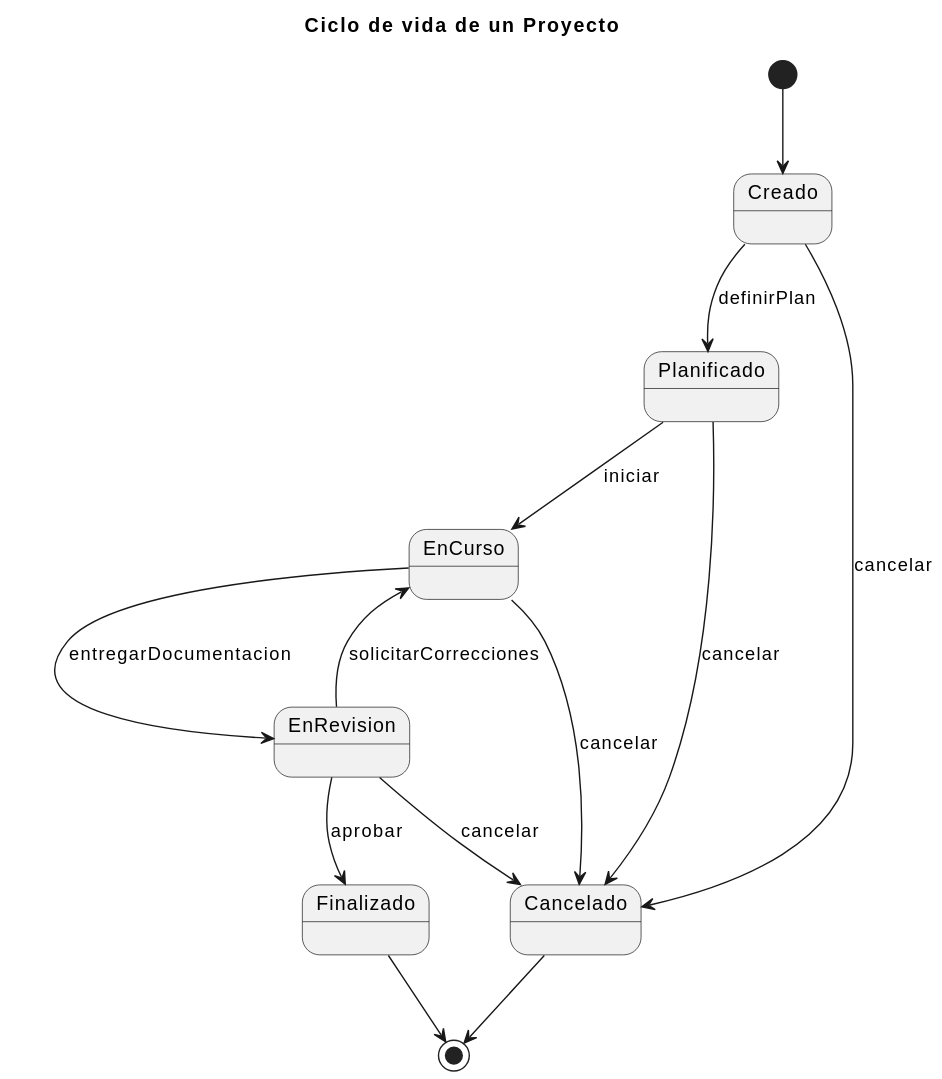
Earlier version of the PlantUML export documentación/ModeloDelDominio/Imagenes/Estados/EstadoProyecto.svg (31Diego/25-26-IdSw1-SdR). Source of this version:
```plantuml
@startuml
title Ciclo de vida de un Proyecto

[*] --> Creado

Creado --> Planificado : definirPlan
Planificado --> EnCurso : iniciar
EnCurso --> EnRevision : entregarDocumentacion
EnRevision --> EnCurso : solicitarCorrecciones
EnRevision --> Finalizado : aprobar
Creado --> Cancelado : cancelar
Planificado --> Cancelado : cancelar
EnCurso --> Cancelado : cancelar
EnRevision --> Cancelado : cancelar

Finalizado --> [*]
Cancelado --> [*]
@enduml
```
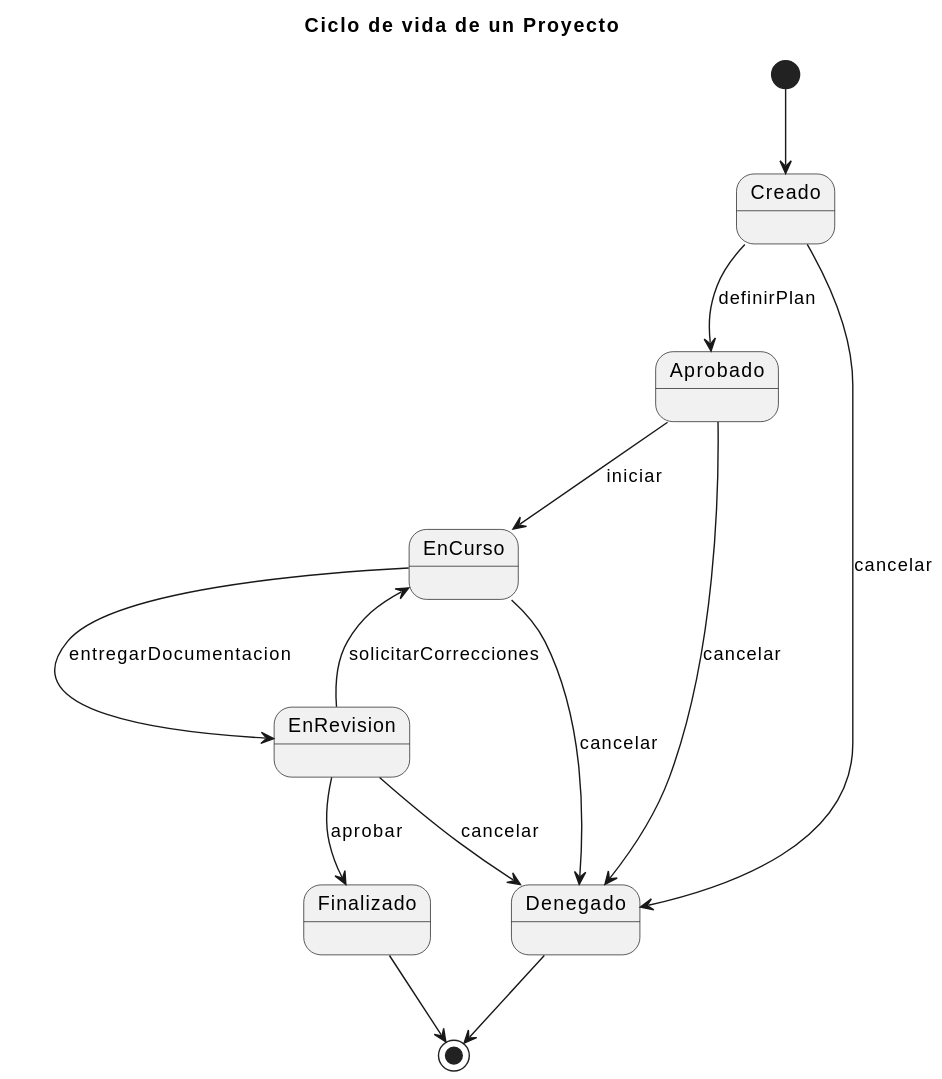
After the change.

Commit message:
svgs diagramas ajustados

The edit, as a diff of the source:
```diff
@@ -3,16 +3,16 @@
 
 [*] --> Creado
 
-Creado --> Planificado : definirPlan
-Planificado --> EnCurso : iniciar
+Creado --> Aprobado : definirPlan
+Aprobado --> EnCurso : iniciar
 EnCurso --> EnRevision : entregarDocumentacion
 EnRevision --> EnCurso : solicitarCorrecciones
 EnRevision --> Finalizado : aprobar
-Creado --> Cancelado : cancelar
-Planificado --> Cancelado : cancelar
-EnCurso --> Cancelado : cancelar
-EnRevision --> Cancelado : cancelar
+Creado --> Denegado : cancelar
+Aprobado --> Denegado : cancelar
+EnCurso --> Denegado : cancelar
+EnRevision --> Denegado : cancelar
 
 Finalizado --> [*]
-Cancelado --> [*]
+Denegado --> [*]
 @enduml
```
